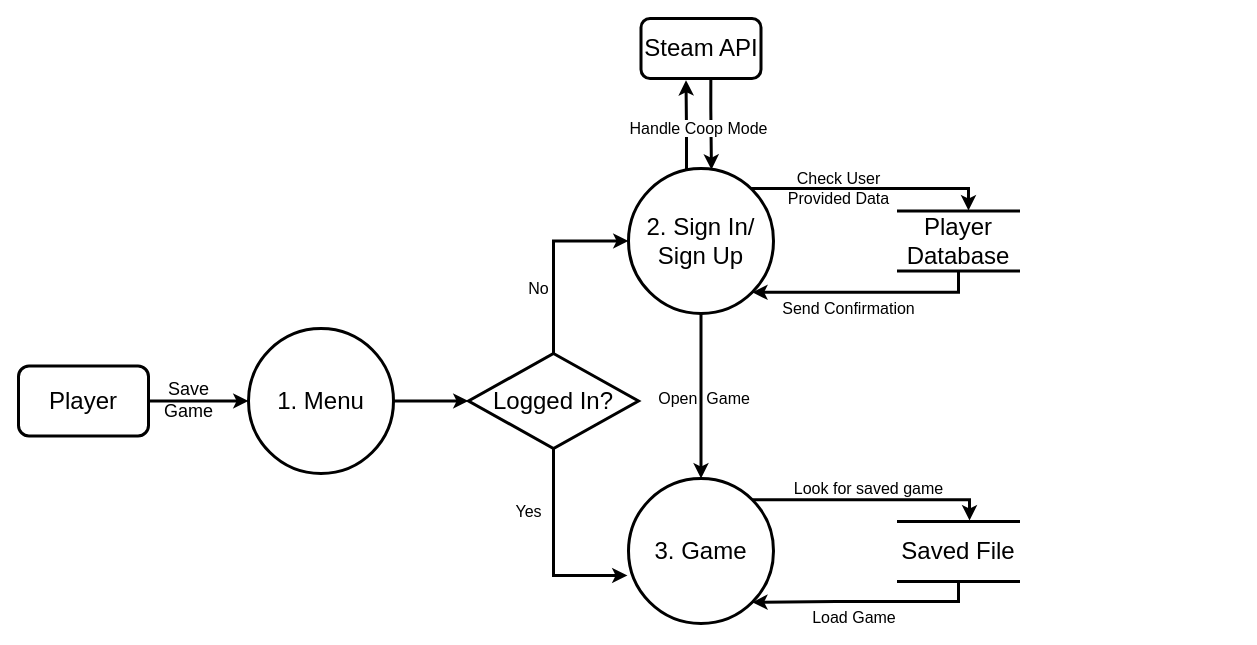
This is Pictures/dataflow/Level 1.drawio from FM-Man/SPL_2, a draw.io file, before an edit. Source tidied: cells renumbered, new cells numbered last; positions are measured from the earlier drawing's top-left corner, leaving out a move shared by most shapes. Both pictures are drawn from the tidied source at 100%, with x=0, y=0 at pixel (18, 18).
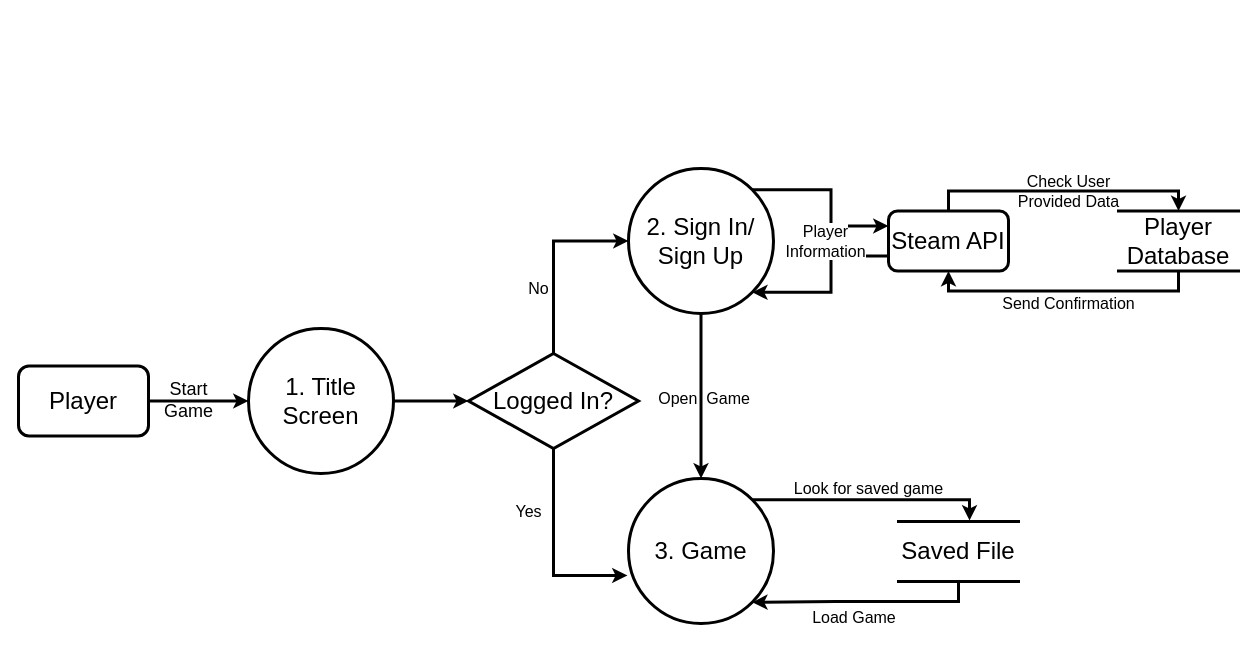
The same diagram, later.

Unchanged cells that the change refers to:
```xml
<mxCell id="12" value="2. Sign In/ Sign Up" style="ellipse;whiteSpace=wrap;html=1;fontSize=24;strokeWidth=3;" parent="1" vertex="1">
  <mxGeometry x="610" y="150" width="145" height="145" as="geometry" />
</mxCell>
```

Change to the diagram source:
```diff
@@
-    <mxCell id="5" value="1. Menu" style="ellipse;whiteSpace=wrap;html=1;fontSize=24;strokeWidth=3;" parent="1" vertex="1">
+    <mxCell id="5" value="1. Title Screen" style="ellipse;whiteSpace=wrap;html=1;fontSize=24;strokeWidth=3;" parent="1" vertex="1">
       <mxGeometry x="230" y="310" width="145" height="145" as="geometry" />
     </mxCell>
@@
-    <mxCell id="10" style="edgeStyle=orthogonalEdgeStyle;rounded=0;jettySize=auto;html=1;entryX=0.583;entryY=-0.008;entryDx=0;entryDy=0;entryPerimeter=0;fontSize=24;strokeWidth=3;exitX=1;exitY=0;exitDx=0;exitDy=0;" parent="1" edge="1" source="12" target="19">
-      <mxGeometry relative="1" as="geometry">
-        <Array as="points">
-          <mxPoint x="730" y="171" />
-          <mxPoint x="730" y="170" />
-          <mxPoint x="950" y="170" />
-        </Array>
-      </mxGeometry>
-    </mxCell>
-    <mxCell id="11" style="edgeStyle=orthogonalEdgeStyle;rounded=0;orthogonalLoop=1;jettySize=auto;html=1;entryX=0.375;entryY=1.028;entryDx=0;entryDy=0;fontSize=16;strokeWidth=3;exitX=0.4;exitY=0.008;exitDx=0;exitDy=0;exitPerimeter=0;entryPerimeter=0;" parent="1" edge="1">
-      <mxGeometry relative="1" as="geometry">
-        <mxPoint x="668" y="151.2" as="sourcePoint" />
-        <mxPoint x="667.5" y="61.7" as="targetPoint" />
-        <Array as="points">
-          <mxPoint x="668" y="110" />
-        </Array>
-      </mxGeometry>
-    </mxCell>
+    <mxCell id="15" style="edgeStyle=orthogonalEdgeStyle;rounded=0;jettySize=auto;html=1;exitX=0;exitY=0.75;exitDx=0;exitDy=0;entryX=1;entryY=1;entryDx=0;entryDy=0;fontSize=16;strokeWidth=3;" parent="1" edge="1" source="16" target="12">
+      <mxGeometry relative="1" as="geometry" />
+    </mxCell>
+    <mxCell id="30" style="edgeStyle=orthogonalEdgeStyle;rounded=0;jettySize=auto;html=1;exitX=1;exitY=0;exitDx=0;exitDy=0;entryX=0;entryY=0.25;entryDx=0;entryDy=0;fontSize=16;strokeWidth=3;" parent="1" edge="1" source="12" target="16">
+      <mxGeometry relative="1" as="geometry" />
+    </mxCell>
@@
-    <mxCell id="15" style="edgeStyle=orthogonalEdgeStyle;rounded=0;jettySize=auto;html=1;fontSize=16;strokeWidth=3;exitX=0.582;exitY=0.992;exitDx=0;exitDy=0;entryX=0.572;entryY=0.008;entryDx=0;entryDy=0;entryPerimeter=0;exitPerimeter=0;" parent="1" edge="1" source="16" target="12">
-      <mxGeometry relative="1" as="geometry">
-        <Array as="points">
-          <mxPoint x="692" y="90" />
-          <mxPoint x="693" y="90" />
-        </Array>
-      </mxGeometry>
-    </mxCell>
+    <mxCell id="31" style="edgeStyle=orthogonalEdgeStyle;rounded=0;jettySize=auto;html=1;exitX=0.5;exitY=0;exitDx=0;exitDy=0;entryX=0.5;entryY=0;entryDx=0;entryDy=0;fontSize=16;strokeWidth=3;" parent="1" edge="1" source="16" target="19">
+      <mxGeometry relative="1" as="geometry" />
+    </mxCell>
     <mxCell id="16" value="Steam API" style="rounded=1;whiteSpace=wrap;html=1;fontSize=24;strokeWidth=3;" parent="1" vertex="1">
-      <mxGeometry x="622.5" width="120" height="60" as="geometry" />
+      <mxGeometry x="870" y="192.5" width="120" height="60" as="geometry" />
     </mxCell>
-    <mxCell id="17" style="edgeStyle=orthogonalEdgeStyle;rounded=0;jettySize=auto;html=1;entryX=1;entryY=1;entryDx=0;entryDy=0;fontSize=24;strokeWidth=3;exitX=0.5;exitY=1;exitDx=0;exitDy=0;" parent="1" edge="1" source="19" target="12">
-      <mxGeometry relative="1" as="geometry" />
-    </mxCell>
-    <mxCell id="18" value="&lt;div&gt;Send Confirmation&lt;br&gt;&lt;/div&gt;" style="edgeLabel;html=1;align=center;verticalAlign=middle;fontSize=16;" parent="17" vertex="1">
-      <mxGeometry x="0.2" y="-2" relative="1" as="geometry">
-        <mxPoint x="5" y="18" as="offset" />
-      </mxGeometry>
-    </mxCell>
+    <mxCell id="32" style="edgeStyle=orthogonalEdgeStyle;rounded=0;jettySize=auto;html=1;exitX=0.5;exitY=1;exitDx=0;exitDy=0;entryX=0.5;entryY=1;entryDx=0;entryDy=0;fontSize=16;strokeWidth=3;" parent="1" edge="1" source="19" target="16">
+      <mxGeometry relative="1" as="geometry" />
+    </mxCell>
     <mxCell id="19" value="&lt;div&gt;Player&lt;/div&gt;&lt;div&gt;Database&lt;br&gt;&lt;/div&gt;" style="shape=partialRectangle;whiteSpace=wrap;html=1;left=0;right=0;fillColor=none;fontSize=24;strokeWidth=3;" parent="1" vertex="1">
-      <mxGeometry x="880" y="192.5" width="120" height="60" as="geometry" />
+      <mxGeometry x="1100" y="192.5" width="120" height="60" as="geometry" />
     </mxCell>
@@
-    <mxCell id="22" value="&lt;div&gt;Save&lt;/div&gt;&lt;div&gt;Game&lt;br&gt;&lt;/div&gt;" style="text;html=1;align=center;verticalAlign=middle;strokeColor=none;fillColor=none;fontSize=18;" parent="1" vertex="1">
+    <mxCell id="22" value="&lt;div&gt;Start&lt;/div&gt;&lt;div&gt;Game&lt;br&gt;&lt;/div&gt;" style="text;html=1;align=center;verticalAlign=middle;strokeColor=none;fillColor=none;fontSize=18;" parent="1" vertex="1">
       <mxGeometry x="140" y="357" width="60" height="50" as="geometry" />
     </mxCell>
@@
     <mxCell id="26" value="&lt;div&gt;Check User &lt;br&gt;&lt;/div&gt;&lt;div&gt;Provided Data&lt;/div&gt;" style="text;html=1;align=center;verticalAlign=middle;strokeColor=none;fillColor=none;fontSize=16;" parent="1" vertex="1">
-      <mxGeometry x="760" y="150" width="120" height="40" as="geometry" />
+      <mxGeometry x="990" y="153" width="120" height="40" as="geometry" />
     </mxCell>
@@
-    <mxCell id="29" value="&lt;span style=&quot;background-color: rgb(255 , 255 , 255)&quot;&gt;Handle Coop Mode&lt;/span&gt;" style="text;html=1;align=center;verticalAlign=middle;strokeColor=none;fillColor=none;fontSize=16;" parent="1" vertex="1">
-      <mxGeometry x="605" y="100" width="150" height="20" as="geometry" />
+    <mxCell id="29" value="&lt;div&gt;&lt;span style=&quot;background-color: rgb(255 , 255 , 255)&quot;&gt;Player &lt;br&gt;&lt;/span&gt;&lt;/div&gt;&lt;div&gt;&lt;span style=&quot;background-color: rgb(255 , 255 , 255)&quot;&gt;Information&lt;/span&gt;&lt;/div&gt;&lt;div&gt;&lt;span style=&quot;background-color: rgb(255 , 255 , 255)&quot;&gt;&lt;/span&gt;&lt;/div&gt;" style="text;html=1;align=center;verticalAlign=middle;strokeColor=none;fillColor=none;fontSize=16;" parent="1" vertex="1">
+      <mxGeometry x="757" y="202.5" width="100" height="40" as="geometry" />
     </mxCell>
+    <mxCell id="18" value="&lt;font style=&quot;font-size: 16px&quot;&gt;Send Confirmation&lt;/font&gt;" style="text;html=1;align=center;verticalAlign=middle;strokeColor=none;fillColor=none;" parent="1" vertex="1">
+      <mxGeometry x="975" y="275" width="150" height="20" as="geometry" />
+    </mxCell>
```
